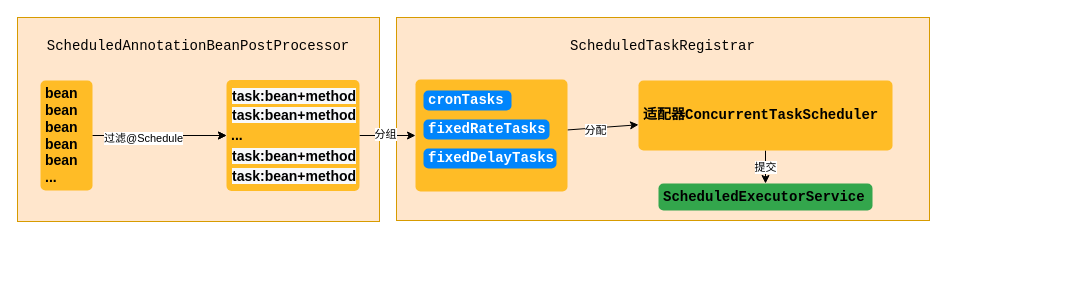
This is doc/画图/Spring Task初始化流程.drawio from mjjjjjjjjjjy/mjy-java-shedule-techenology, a draw.io file, before an edit. Source tidied: cells renumbered, new cells numbered last; positions are measured from the earlier drawing's top-left corner, leaving out a move shared by most shapes. Both pictures are drawn from the tidied source at 100%, with x=0, y=0 at pixel (17, 17).
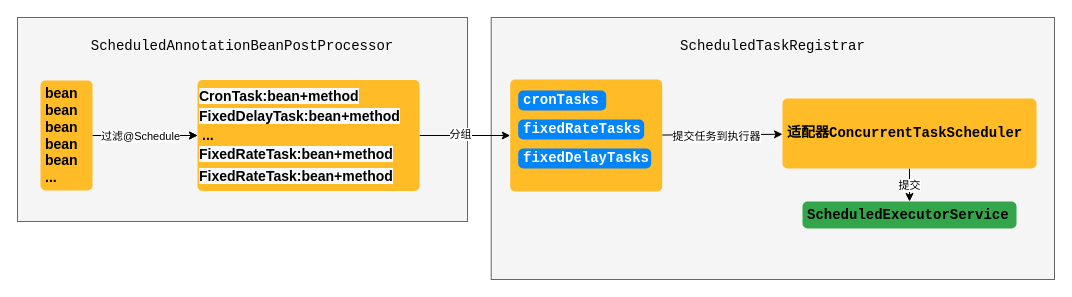
The same diagram, later.

The change refers to these unchanged cells:
```xml
<mxCell id="5" style="edgeStyle=orthogonalEdgeStyle;rounded=0;jettySize=auto;html=1;" parent="1" edge="1" source="7" target="10">
  <mxGeometry relative="1" as="geometry" />
</mxCell>
<mxCell id="11" style="edgeStyle=none;rounded=0;jettySize=auto;html=1;fontColor=#FFFFFF;" parent="1" edge="1" source="13" target="19">
  <mxGeometry relative="1" as="geometry" />
</mxCell>
```

The edit, as a diff of the source:
```diff
@@
-    <mxCell id="2" value="&lt;pre style=&quot;color: rgb(8, 8, 8); font-family: &amp;quot;jetbrains mono&amp;quot;, monospace; font-size: 10.5pt;&quot;&gt;&lt;span style=&quot;color: #000000&quot;&gt;ScheduledTaskRegistrar&lt;/span&gt;&lt;/pre&gt;" style="text;whiteSpace=wrap;html=1;fillColor=#ffe6cc;strokeColor=#d79b00;align=center;labelBackgroundColor=none;" parent="1" vertex="1">
-      <mxGeometry x="379" width="533" height="203" as="geometry" />
+    <mxCell id="2" value="&lt;pre style=&quot;color: rgb(8, 8, 8); font-family: &amp;quot;jetbrains mono&amp;quot;, monospace; font-size: 10.5pt;&quot;&gt;&lt;span style=&quot;color: #000000&quot;&gt;ScheduledTaskRegistrar&lt;/span&gt;&lt;/pre&gt;" style="text;whiteSpace=wrap;html=1;fillColor=#f5f5f5;strokeColor=#666666;align=center;labelBackgroundColor=none;fontColor=#333333;" parent="1" vertex="1">
+      <mxGeometry x="473.7" width="563.3" height="262" as="geometry" />
     </mxCell>
-    <mxCell id="3" value="&lt;pre style=&quot;color: rgb(8, 8, 8); font-family: &amp;quot;jetbrains mono&amp;quot;, monospace; font-size: 10.5pt;&quot;&gt;&lt;span style=&quot;color: #000000&quot;&gt;ScheduledAnnotationBeanPostProcessor&lt;/span&gt;&lt;/pre&gt;" style="text;whiteSpace=wrap;html=1;fillColor=#ffe6cc;strokeColor=#d79b00;align=center;labelBackgroundColor=none;" parent="1" vertex="1">
-      <mxGeometry width="362" height="204" as="geometry" />
+    <mxCell id="3" value="&lt;pre style=&quot;color: rgb(8, 8, 8); font-family: &amp;quot;jetbrains mono&amp;quot;, monospace; font-size: 10.5pt;&quot;&gt;&lt;span style=&quot;color: #000000&quot;&gt;ScheduledAnnotationBeanPostProcessor&lt;/span&gt;&lt;/pre&gt;" style="text;whiteSpace=wrap;html=1;fillColor=#f5f5f5;strokeColor=#666666;align=center;labelBackgroundColor=none;fontColor=#333333;" parent="1" vertex="1">
+      <mxGeometry width="450" height="204" as="geometry" />
     </mxCell>
@@
     <mxCell id="6" value="过滤@Schedule" style="edgeLabel;html=1;align=center;verticalAlign=middle;" parent="5" vertex="1">
-      <mxGeometry x="-0.25" y="-2" relative="1" as="geometry" />
+      <mxGeometry x="-0.25" y="-2" relative="1" as="geometry">
+        <mxPoint x="8" y="-2" as="offset" />
+      </mxGeometry>
     </mxCell>
@@
     <mxCell id="10" value="&lt;br&gt;...&lt;br&gt;&lt;font color=&quot;#9e880d&quot; face=&quot;jetbrains mono, monospace&quot;&gt;&lt;span style=&quot;background-color: rgb(255 , 255 , 255)&quot;&gt;&lt;br&gt;&lt;/span&gt;&lt;/font&gt;" style="html=1;shadow=0;dashed=0;shape=mxgraph.bootstrap.rrect;rSize=5;strokeColor=none;strokeWidth=1;fillColor=#FFBC26;fontColor=#000000;whiteSpace=wrap;align=left;verticalAlign=middle;spacingLeft=0;fontStyle=1;fontSize=14;spacing=5;flipH=0;" parent="1" vertex="1">
-      <mxGeometry x="209" y="62.5" width="133" height="111" as="geometry" />
+      <mxGeometry x="180" y="62.5" width="222" height="111" as="geometry" />
     </mxCell>
@@
-    <mxCell id="12" value="分配" style="edgeLabel;html=1;align=center;verticalAlign=middle;labelBackgroundColor=#ffffff;" parent="11" vertex="1">
-      <mxGeometry x="-0.23" y="-2" relative="1" as="geometry" />
+    <mxCell id="12" value="提交任务到执行器" style="edgeLabel;html=1;align=center;verticalAlign=middle;labelBackgroundColor=#ffffff;" parent="11" vertex="1">
+      <mxGeometry x="-0.23" y="-2" relative="1" as="geometry">
+        <mxPoint x="8" y="-1" as="offset" />
+      </mxGeometry>
     </mxCell>
     <mxCell id="13" value="&lt;font color=&quot;#9e880d&quot; face=&quot;jetbrains mono, monospace&quot;&gt;&lt;span style=&quot;background-color: rgb(255 , 255 , 255)&quot;&gt;&lt;br&gt;&lt;/span&gt;&lt;/font&gt;" style="html=1;shadow=0;dashed=0;shape=mxgraph.bootstrap.rrect;rSize=5;strokeColor=none;strokeWidth=1;fillColor=#FFBC26;fontColor=#000000;whiteSpace=wrap;align=left;verticalAlign=middle;spacingLeft=0;fontStyle=1;fontSize=14;spacing=5;flipH=0;" parent="1" vertex="1">
-      <mxGeometry x="398" y="62" width="152" height="112" as="geometry" />
+      <mxGeometry x="492.7" y="62" width="152" height="112" as="geometry" />
     </mxCell>
     <mxCell id="14" value="&lt;pre style=&quot;font-family: &amp;quot;jetbrains mono&amp;quot;, monospace; font-size: 10.5pt;&quot;&gt;&lt;span style=&quot;&quot;&gt;cronTasks&lt;/span&gt;&lt;/pre&gt;" style="html=1;shadow=0;dashed=0;shape=mxgraph.bootstrap.rrect;rSize=5;strokeColor=none;strokeWidth=1;fillColor=#0085FC;whiteSpace=wrap;align=left;verticalAlign=middle;spacingLeft=0;fontStyle=1;fontSize=14;spacing=5;labelBorderColor=none;labelBackgroundColor=none;fontColor=#FFFFFF;" parent="1" vertex="1">
-      <mxGeometry x="406" y="73" width="88" height="20" as="geometry" />
+      <mxGeometry x="500.7" y="73" width="88" height="20" as="geometry" />
     </mxCell>
     <mxCell id="15" value="&lt;pre style=&quot;font-family: &amp;quot;jetbrains mono&amp;quot; , monospace ; font-size: 10.5pt&quot;&gt;&lt;pre style=&quot;font-family: &amp;quot;jetbrains mono&amp;quot;, monospace; font-size: 10.5pt;&quot;&gt;&lt;span style=&quot;&quot;&gt;fixedRateTasks&lt;/span&gt;&lt;/pre&gt;&lt;/pre&gt;" style="html=1;shadow=0;dashed=0;shape=mxgraph.bootstrap.rrect;rSize=5;strokeColor=none;strokeWidth=1;fillColor=#0085FC;whiteSpace=wrap;align=left;verticalAlign=middle;spacingLeft=0;fontStyle=1;fontSize=14;spacing=5;labelBorderColor=none;labelBackgroundColor=none;fontColor=#FFFFFF;" parent="1" vertex="1">
-      <mxGeometry x="406" y="102" width="126" height="20" as="geometry" />
+      <mxGeometry x="500.7" y="102" width="126" height="20" as="geometry" />
     </mxCell>
     <mxCell id="16" value="&lt;pre style=&quot;font-family: &amp;quot;jetbrains mono&amp;quot; , monospace ; font-size: 10.5pt&quot;&gt;&lt;pre style=&quot;font-family: &amp;quot;jetbrains mono&amp;quot;, monospace; font-size: 10.5pt;&quot;&gt;&lt;span style=&quot;&quot;&gt;fixedDelayTasks&lt;/span&gt;&lt;/pre&gt;&lt;/pre&gt;" style="html=1;shadow=0;dashed=0;shape=mxgraph.bootstrap.rrect;rSize=5;strokeColor=none;strokeWidth=1;fillColor=#0085FC;whiteSpace=wrap;align=left;verticalAlign=middle;spacingLeft=0;fontStyle=1;fontSize=14;spacing=5;labelBorderColor=none;labelBackgroundColor=none;fontColor=#FFFFFF;" parent="1" vertex="1">
-      <mxGeometry x="406" y="131" width="133" height="20" as="geometry" />
+      <mxGeometry x="500.7" y="131" width="133" height="20" as="geometry" />
     </mxCell>
     <mxCell id="17" value="&lt;pre style=&quot;color: rgb(8, 8, 8); font-family: &amp;quot;jetbrains mono&amp;quot;, monospace; font-size: 10.5pt;&quot;&gt;&lt;span style=&quot;color: #000000&quot;&gt;ScheduledExecutorService&lt;/span&gt;&lt;/pre&gt;" style="html=1;shadow=0;dashed=0;shape=mxgraph.bootstrap.rrect;rSize=5;strokeColor=none;strokeWidth=1;fillColor=#33A64C;fontColor=#FFFFFF;whiteSpace=wrap;align=left;verticalAlign=middle;spacingLeft=0;fontStyle=1;fontSize=14;spacing=5;labelBackgroundColor=none;" parent="1" vertex="1">
-      <mxGeometry x="641" y="166" width="214" height="27" as="geometry" />
+      <mxGeometry x="785" y="184" width="214" height="27" as="geometry" />
     </mxCell>
@@
     <mxCell id="19" value="&lt;pre style=&quot;color: rgb(8 , 8 , 8) ; font-family: &amp;#34;jetbrains mono&amp;#34; , monospace ; font-size: 10.5pt&quot;&gt;&lt;pre style=&quot;font-family: &amp;#34;jetbrains mono&amp;#34; , monospace ; font-size: 10.5pt&quot;&gt;&lt;span style=&quot;color: #000000&quot;&gt;适配器ConcurrentTaskScheduler&lt;/span&gt;&lt;/pre&gt;&lt;/pre&gt;" style="html=1;shadow=0;dashed=0;shape=mxgraph.bootstrap.rrect;rSize=5;strokeColor=none;strokeWidth=1;fillColor=#FFBC26;fontColor=#000000;whiteSpace=wrap;align=left;verticalAlign=middle;spacingLeft=0;fontStyle=1;fontSize=14;spacing=5;flipH=0;labelBackgroundColor=none;" parent="1" vertex="1">
-      <mxGeometry x="621" y="63" width="254" height="70" as="geometry" />
+      <mxGeometry x="765" y="81" width="254" height="70" as="geometry" />
     </mxCell>
-    <mxCell id="20" value="&lt;span style=&quot;color: rgb(0 , 0 , 0) ; font-family: &amp;#34;helvetica&amp;#34; ; font-size: 14px ; font-style: normal ; font-weight: 700 ; letter-spacing: normal ; text-align: left ; text-indent: 0px ; text-transform: none ; word-spacing: 0px ; background-color: rgb(248 , 249 , 250) ; display: inline ; float: none&quot;&gt;task:bean+method&lt;/span&gt;" style="text;whiteSpace=wrap;html=1;fontColor=#FFFFFF;" parent="1" vertex="1">
-      <mxGeometry x="213" y="64.4" width="145" height="28.6" as="geometry" />
+    <mxCell id="20" value="&lt;span style=&quot;color: rgb(0 , 0 , 0) ; font-family: &amp;#34;helvetica&amp;#34; ; font-size: 14px ; font-style: normal ; font-weight: 700 ; letter-spacing: normal ; text-align: left ; text-indent: 0px ; text-transform: none ; word-spacing: 0px ; background-color: rgb(248 , 249 , 250) ; display: inline ; float: none&quot;&gt;CronTask:bean+method&lt;/span&gt;" style="text;whiteSpace=wrap;html=1;fontColor=#FFFFFF;" parent="1" vertex="1">
+      <mxGeometry x="180" y="64.4" width="145" height="28.6" as="geometry" />
     </mxCell>
-    <mxCell id="21" value="&lt;span style=&quot;color: rgb(0 , 0 , 0) ; font-family: &amp;#34;helvetica&amp;#34; ; font-size: 14px ; font-style: normal ; font-weight: 700 ; letter-spacing: normal ; text-align: left ; text-indent: 0px ; text-transform: none ; word-spacing: 0px ; background-color: rgb(248 , 249 , 250) ; display: inline ; float: none&quot;&gt;task:bean+method&lt;/span&gt;" style="text;whiteSpace=wrap;html=1;fontColor=#FFFFFF;" parent="1" vertex="1">
-      <mxGeometry x="213" y="83" width="145" height="28.6" as="geometry" />
+    <mxCell id="21" value="&lt;span style=&quot;color: rgb(0 , 0 , 0) ; font-family: &amp;#34;helvetica&amp;#34; ; font-size: 14px ; font-style: normal ; font-weight: 700 ; letter-spacing: normal ; text-align: left ; text-indent: 0px ; text-transform: none ; word-spacing: 0px ; background-color: rgb(248 , 249 , 250) ; display: inline ; float: none&quot;&gt;FixedDelayTask:bean+method&lt;/span&gt;" style="text;whiteSpace=wrap;html=1;fontColor=#FFFFFF;" parent="1" vertex="1">
+      <mxGeometry x="180" y="83.7" width="145" height="28.6" as="geometry" />
     </mxCell>
-    <mxCell id="22" value="&lt;span style=&quot;color: rgb(0 , 0 , 0) ; font-family: &amp;#34;helvetica&amp;#34; ; font-size: 14px ; font-style: normal ; font-weight: 700 ; letter-spacing: normal ; text-align: left ; text-indent: 0px ; text-transform: none ; word-spacing: 0px ; background-color: rgb(248 , 249 , 250) ; display: inline ; float: none&quot;&gt;task:bean+method&lt;/span&gt;" style="text;whiteSpace=wrap;html=1;fontColor=#FFFFFF;" parent="1" vertex="1">
-      <mxGeometry x="213" y="124.4" width="145" height="28.6" as="geometry" />
+    <mxCell id="22" value="&lt;span style=&quot;color: rgb(0 , 0 , 0) ; font-family: &amp;#34;helvetica&amp;#34; ; font-size: 14px ; font-style: normal ; font-weight: 700 ; letter-spacing: normal ; text-align: left ; text-indent: 0px ; text-transform: none ; word-spacing: 0px ; background-color: rgb(248 , 249 , 250) ; display: inline ; float: none&quot;&gt;FixedRateTask:bean+method&lt;/span&gt;" style="text;whiteSpace=wrap;html=1;fontColor=#FFFFFF;" parent="1" vertex="1">
+      <mxGeometry x="180" y="122.4" width="145" height="28.6" as="geometry" />
     </mxCell>
-    <mxCell id="23" value="&lt;span style=&quot;color: rgb(0 , 0 , 0) ; font-family: &amp;#34;helvetica&amp;#34; ; font-size: 14px ; font-style: normal ; font-weight: 700 ; letter-spacing: normal ; text-align: left ; text-indent: 0px ; text-transform: none ; word-spacing: 0px ; background-color: rgb(248 , 249 , 250) ; display: inline ; float: none&quot;&gt;task:bean+method&lt;/span&gt;" style="text;whiteSpace=wrap;html=1;fontColor=#FFFFFF;" parent="1" vertex="1">
-      <mxGeometry x="213" y="144.4" width="145" height="28.6" as="geometry" />
+    <mxCell id="23" value="&lt;span style=&quot;color: rgb(0 , 0 , 0) ; font-family: &amp;#34;helvetica&amp;#34; ; font-size: 14px ; font-style: normal ; font-weight: 700 ; letter-spacing: normal ; text-align: left ; text-indent: 0px ; text-transform: none ; word-spacing: 0px ; background-color: rgb(248 , 249 , 250) ; display: inline ; float: none&quot;&gt;FixedRateTask:bean+method&lt;/span&gt;" style="text;whiteSpace=wrap;html=1;fontColor=#FFFFFF;" parent="1" vertex="1">
+      <mxGeometry x="180" y="144.4" width="145" height="28.6" as="geometry" />
     </mxCell>
```
